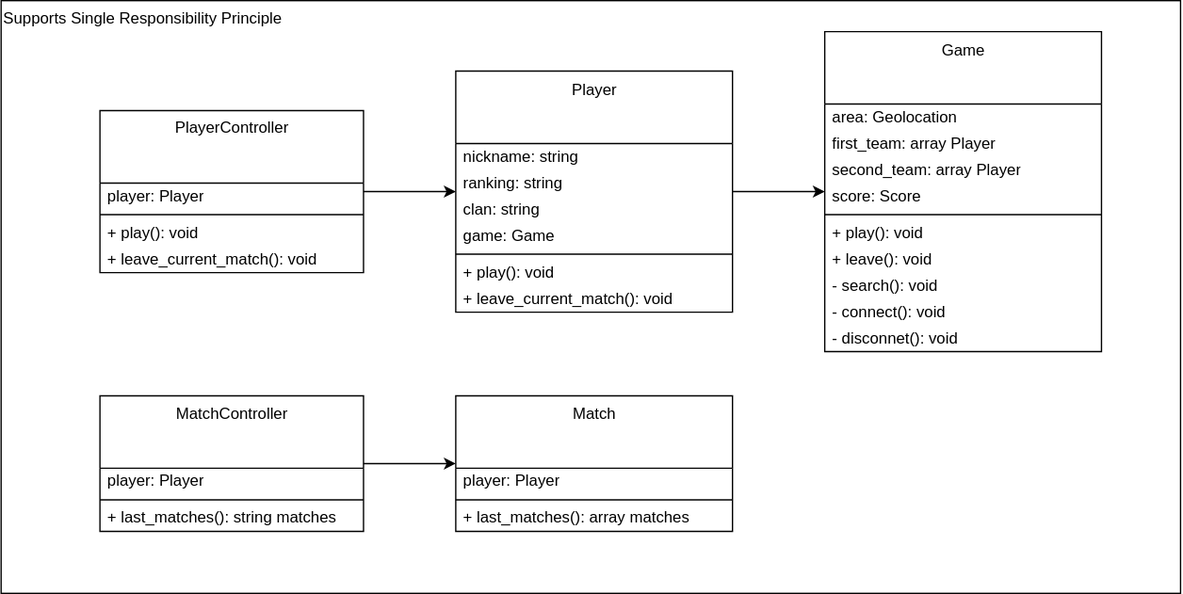
Above: images/clean-code-clean-classes/SRP.svg in GabrielSlima/blog (draw.io), before the change. Source tidied: cells renumbered, new cells last; positions are measured from the earlier drawing's top-left corner, leaving out a move shared by most shapes.
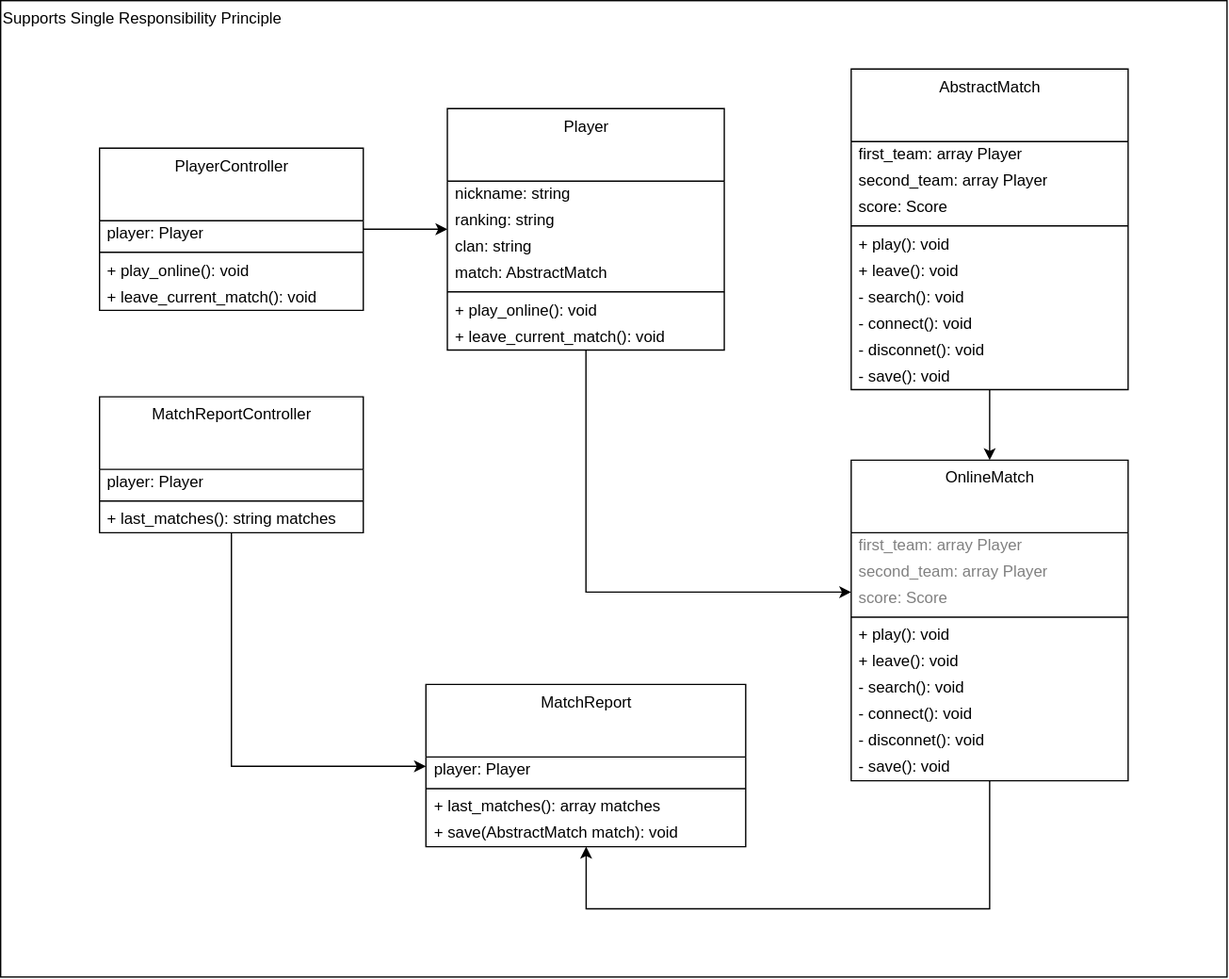
After the commit.

Diff of the diagram source:
```diff
@@ -3,25 +3,32 @@
     <mxCell id="0" />
     <mxCell id="1" parent="0" />
     <mxCell id="2" value="Supports Single Responsibility Principle" style="rounded=0;whiteSpace=wrap;html=1;fillColor=none;align=left;verticalAlign=top;" parent="1" vertex="1">
-      <mxGeometry width="895" height="450" as="geometry" />
+      <mxGeometry x="-35" y="-50" width="930" height="740" as="geometry" />
     </mxCell>
-    <mxCell id="3" value="Match" style="swimlane;fontStyle=0;align=center;verticalAlign=top;horizontal=1;startSize=55;html=1;fillColor=none;" parent="1" vertex="1">
-      <mxGeometry x="345" y="300" width="210" height="103" as="geometry" />
+    <mxCell id="3" value="MatchReport" style="swimlane;fontStyle=0;align=center;verticalAlign=top;horizontal=1;startSize=55;html=1;fillColor=none;" parent="1" vertex="1">
+      <mxGeometry x="287.5" y="468.2" width="242.5" height="123" as="geometry" />
     </mxCell>
     <mxCell id="4" value="player: Player" style="text;html=1;strokeColor=none;fillColor=none;align=left;verticalAlign=middle;spacingLeft=4;spacingRight=4;overflow=hidden;" parent="3" vertex="1">
-      <mxGeometry y="55" width="210" height="20" as="geometry" />
+      <mxGeometry y="55" width="242.5" height="20" as="geometry" />
     </mxCell>
     <mxCell id="5" style="line;strokeWidth=1;fillColor=none;align=left;verticalAlign=middle;spacingTop=-1;spacingLeft=3;spacingRight=3;labelPosition=right;" parent="3" vertex="1">
-      <mxGeometry y="75" width="210" height="8" as="geometry" />
+      <mxGeometry y="75" width="242.5" height="8" as="geometry" />
     </mxCell>
     <mxCell id="6" value="+ last_matches(): array matches" style="text;html=1;strokeColor=none;fillColor=none;align=left;verticalAlign=middle;spacingLeft=4;spacingRight=4;overflow=hidden;" parent="3" vertex="1">
-      <mxGeometry y="83" width="210" height="20" as="geometry" />
+      <mxGeometry y="83" width="242.5" height="20" as="geometry" />
     </mxCell>
+    <mxCell id="38" value="+ save(AbstractMatch match): void" style="text;html=1;strokeColor=none;fillColor=none;align=left;verticalAlign=middle;spacingLeft=4;spacingRight=4;overflow=hidden;" parent="3" vertex="1">
+      <mxGeometry y="103" width="242.5" height="20" as="geometry" />
+    </mxCell>
     <mxCell id="7" style="edgeStyle=orthogonalEdgeStyle;rounded=0;jettySize=auto;html=1;" parent="1" edge="1" source="8" target="3">
-      <mxGeometry relative="1" as="geometry" />
+      <mxGeometry relative="1" as="geometry">
+        <Array as="points">
+          <mxPoint x="140" y="530.2" />
+        </Array>
+      </mxGeometry>
     </mxCell>
-    <mxCell id="8" value="MatchController" style="swimlane;fontStyle=0;align=center;verticalAlign=top;horizontal=1;startSize=55;html=1;fillColor=none;" parent="1" vertex="1">
-      <mxGeometry x="75" y="300" width="200" height="103" as="geometry" />
+    <mxCell id="8" value="MatchReportController" style="swimlane;fontStyle=0;align=center;verticalAlign=top;horizontal=1;startSize=55;html=1;fillColor=none;" parent="1" vertex="1">
+      <mxGeometry x="40" y="250.2" width="200" height="103" as="geometry" />
     </mxCell>
     <mxCell id="9" value="&lt;div&gt;player: Player&lt;/div&gt;" style="text;html=1;strokeColor=none;fillColor=none;align=left;verticalAlign=middle;spacingLeft=4;spacingRight=4;overflow=hidden;" parent="8" vertex="1">
       <mxGeometry y="55" width="200" height="20" as="geometry" />
@@ -32,11 +39,15 @@
     <mxCell id="11" value="+ last_matches(): string matches" style="text;html=1;strokeColor=none;fillColor=none;align=left;verticalAlign=middle;spacingLeft=4;spacingRight=4;overflow=hidden;" parent="8" vertex="1">
       <mxGeometry y="83" width="200" height="20" as="geometry" />
     </mxCell>
-    <mxCell id="12" style="edgeStyle=orthogonalEdgeStyle;rounded=0;jettySize=auto;html=1;" parent="1" edge="1" source="13" target="27">
-      <mxGeometry relative="1" as="geometry" />
+    <mxCell id="12" style="edgeStyle=orthogonalEdgeStyle;rounded=0;jettySize=auto;html=1;fontColor=#808080;" parent="1" edge="1" source="13" target="27">
+      <mxGeometry relative="1" as="geometry">
+        <Array as="points">
+          <mxPoint x="409" y="398.2" />
+        </Array>
+      </mxGeometry>
     </mxCell>
     <mxCell id="13" value="&lt;div&gt;Player&lt;/div&gt;" style="swimlane;fontStyle=0;align=center;verticalAlign=top;horizontal=1;startSize=55;html=1;fillColor=none;" parent="1" vertex="1">
-      <mxGeometry x="345" y="53.5" width="210" height="183" as="geometry" />
+      <mxGeometry x="303.8" y="31.8" width="210" height="183" as="geometry" />
     </mxCell>
     <mxCell id="14" value="nickname: string" style="text;html=1;strokeColor=none;fillColor=none;align=left;verticalAlign=middle;spacingLeft=4;spacingRight=4;overflow=hidden;" parent="13" vertex="1">
       <mxGeometry y="55" width="210" height="20" as="geometry" />
@@ -47,13 +58,13 @@
     <mxCell id="16" value="&lt;div&gt;clan: string&lt;br&gt;&lt;/div&gt;" style="text;html=1;strokeColor=none;fillColor=none;align=left;verticalAlign=middle;spacingLeft=4;spacingRight=4;overflow=hidden;" parent="13" vertex="1">
       <mxGeometry y="95" width="210" height="20" as="geometry" />
     </mxCell>
-    <mxCell id="17" value="&lt;div&gt;game: Game&lt;br&gt;&lt;/div&gt;" style="text;html=1;strokeColor=none;fillColor=none;align=left;verticalAlign=middle;spacingLeft=4;spacingRight=4;overflow=hidden;" parent="13" vertex="1">
-      <mxGeometry y="115" width="210" height="20" as="geometry" />
-    </mxCell>
+    <mxCell id="39" value="&lt;div&gt;match: AbstractMatch&lt;br&gt;&lt;/div&gt;" style="text;html=1;strokeColor=none;fillColor=none;align=left;verticalAlign=middle;spacingLeft=4;spacingRight=4;overflow=hidden;" parent="13" vertex="1">
+      <mxGeometry y="115" width="210" height="20" as="geometry" />
+    </mxCell>
     <mxCell id="18" style="line;strokeWidth=1;fillColor=none;align=left;verticalAlign=middle;spacingTop=-1;spacingLeft=3;spacingRight=3;labelPosition=right;" parent="13" vertex="1">
       <mxGeometry y="135" width="210" height="8" as="geometry" />
     </mxCell>
-    <mxCell id="19" value="+ play(): void" style="text;html=1;strokeColor=none;fillColor=none;align=left;verticalAlign=middle;spacingLeft=4;spacingRight=4;overflow=hidden;" parent="13" vertex="1">
+    <mxCell id="19" value="+ play_online(): void" style="text;html=1;strokeColor=none;fillColor=none;align=left;verticalAlign=middle;spacingLeft=4;spacingRight=4;overflow=hidden;" parent="13" vertex="1">
       <mxGeometry y="143" width="210" height="20" as="geometry" />
     </mxCell>
     <mxCell id="20" value="+ leave_current_match(): void" style="text;html=1;strokeColor=none;fillColor=none;align=left;verticalAlign=middle;spacingLeft=4;spacingRight=4;overflow=hidden;" parent="13" vertex="1">
@@ -63,7 +74,7 @@
       <mxGeometry relative="1" as="geometry" />
     </mxCell>
     <mxCell id="22" value="PlayerController" style="swimlane;fontStyle=0;align=center;verticalAlign=top;horizontal=1;startSize=55;html=1;fillColor=none;" parent="1" vertex="1">
-      <mxGeometry x="75" y="83.5" width="200" height="123" as="geometry" />
+      <mxGeometry x="40" y="61.8" width="200" height="123" as="geometry" />
     </mxCell>
     <mxCell id="23" value="&lt;div&gt;player: Player&lt;/div&gt;" style="text;html=1;strokeColor=none;fillColor=none;align=left;verticalAlign=middle;spacingLeft=4;spacingRight=4;overflow=hidden;" parent="22" vertex="1">
       <mxGeometry y="55" width="200" height="20" as="geometry" />
@@ -71,44 +82,88 @@
     <mxCell id="24" style="line;strokeWidth=1;fillColor=none;align=left;verticalAlign=middle;spacingTop=-1;spacingLeft=3;spacingRight=3;labelPosition=right;" parent="22" vertex="1">
       <mxGeometry y="75" width="200" height="8" as="geometry" />
     </mxCell>
-    <mxCell id="25" value="+ play(): void" style="text;html=1;strokeColor=none;fillColor=none;align=left;verticalAlign=middle;spacingLeft=4;spacingRight=4;overflow=hidden;" parent="22" vertex="1">
+    <mxCell id="25" value="+ play_online(): void" style="text;html=1;strokeColor=none;fillColor=none;align=left;verticalAlign=middle;spacingLeft=4;spacingRight=4;overflow=hidden;" parent="22" vertex="1">
       <mxGeometry y="83" width="200" height="20" as="geometry" />
     </mxCell>
     <mxCell id="26" value="+ leave_current_match(): void" style="text;html=1;strokeColor=none;fillColor=none;align=left;verticalAlign=middle;spacingLeft=4;spacingRight=4;overflow=hidden;" parent="22" vertex="1">
       <mxGeometry y="103" width="200" height="20" as="geometry" />
     </mxCell>
+    <mxCell id="40" style="edgeStyle=orthogonalEdgeStyle;rounded=0;jettySize=auto;html=1;fontColor=#808080;" parent="1" edge="1" source="27" target="3">
+      <mxGeometry relative="1" as="geometry">
+        <Array as="points">
+          <mxPoint x="715" y="638.2" />
+          <mxPoint x="409" y="638.2" />
+        </Array>
+      </mxGeometry>
+    </mxCell>
-    <mxCell id="27" value="Game" style="swimlane;fontStyle=0;align=center;verticalAlign=top;horizontal=1;startSize=55;html=1;fillColor=none;" parent="1" vertex="1">
-      <mxGeometry x="625" y="23.5" width="210" height="243" as="geometry" />
+    <mxCell id="27" value="OnlineMatch" style="swimlane;fontStyle=0;align=center;verticalAlign=top;horizontal=1;startSize=55;html=1;fillColor=none;" parent="1" vertex="1">
+      <mxGeometry x="610" y="298.2" width="210" height="243" as="geometry" />
     </mxCell>
-    <mxCell id="28" value="area: Geolocation" style="text;html=1;strokeColor=none;fillColor=none;align=left;verticalAlign=middle;spacingLeft=4;spacingRight=4;overflow=hidden;" parent="27" vertex="1">
-      <mxGeometry y="55" width="210" height="20" as="geometry" />
-    </mxCell>
-    <mxCell id="29" value="first_team: array Player" style="text;html=1;strokeColor=none;fillColor=none;align=left;verticalAlign=middle;spacingLeft=4;spacingRight=4;overflow=hidden;" parent="27" vertex="1">
-      <mxGeometry y="75" width="210" height="20" as="geometry" />
+    <mxCell id="29" value="first_team: array Player" style="text;html=1;strokeColor=none;fillColor=none;align=left;verticalAlign=middle;spacingLeft=4;spacingRight=4;overflow=hidden;fontColor=#808080;" parent="27" vertex="1">
+      <mxGeometry y="55" width="210" height="20" as="geometry" />
     </mxCell>
-    <mxCell id="30" value="second_team: array Player" style="text;html=1;strokeColor=none;fillColor=none;align=left;verticalAlign=middle;spacingLeft=4;spacingRight=4;overflow=hidden;" parent="27" vertex="1">
-      <mxGeometry y="95" width="210" height="20" as="geometry" />
+    <mxCell id="30" value="second_team: array Player" style="text;html=1;strokeColor=none;fillColor=none;align=left;verticalAlign=middle;spacingLeft=4;spacingRight=4;overflow=hidden;fontColor=#808080;" parent="27" vertex="1">
+      <mxGeometry y="75" width="210" height="20" as="geometry" />
     </mxCell>
-    <mxCell id="31" value="score: Score" style="text;html=1;strokeColor=none;fillColor=none;align=left;verticalAlign=middle;spacingLeft=4;spacingRight=4;overflow=hidden;" parent="27" vertex="1">
-      <mxGeometry y="115" width="210" height="20" as="geometry" />
+    <mxCell id="31" value="score: Score" style="text;html=1;strokeColor=none;fillColor=none;align=left;verticalAlign=middle;spacingLeft=4;spacingRight=4;overflow=hidden;fontColor=#808080;" parent="27" vertex="1">
+      <mxGeometry y="95" width="210" height="20" as="geometry" />
     </mxCell>
     <mxCell id="32" style="line;strokeWidth=1;fillColor=none;align=left;verticalAlign=middle;spacingTop=-1;spacingLeft=3;spacingRight=3;labelPosition=right;" parent="27" vertex="1">
-      <mxGeometry y="135" width="210" height="8" as="geometry" />
+      <mxGeometry y="115" width="210" height="8" as="geometry" />
     </mxCell>
     <mxCell id="33" value="+ play(): void" style="text;html=1;strokeColor=none;fillColor=none;align=left;verticalAlign=middle;spacingLeft=4;spacingRight=4;overflow=hidden;" parent="27" vertex="1">
-      <mxGeometry y="143" width="210" height="20" as="geometry" />
+      <mxGeometry y="123" width="210" height="20" as="geometry" />
     </mxCell>
     <mxCell id="34" value="+ leave(): void" style="text;html=1;strokeColor=none;fillColor=none;align=left;verticalAlign=middle;spacingLeft=4;spacingRight=4;overflow=hidden;" parent="27" vertex="1">
-      <mxGeometry y="163" width="210" height="20" as="geometry" />
+      <mxGeometry y="143" width="210" height="20" as="geometry" />
     </mxCell>
     <mxCell id="35" value="- search(): void" style="text;html=1;strokeColor=none;fillColor=none;align=left;verticalAlign=middle;spacingLeft=4;spacingRight=4;overflow=hidden;" parent="27" vertex="1">
-      <mxGeometry y="183" width="210" height="20" as="geometry" />
+      <mxGeometry y="163" width="210" height="20" as="geometry" />
     </mxCell>
     <mxCell id="36" value="- connect(): void" style="text;html=1;strokeColor=none;fillColor=none;align=left;verticalAlign=middle;spacingLeft=4;spacingRight=4;overflow=hidden;" parent="27" vertex="1">
-      <mxGeometry y="203" width="210" height="20" as="geometry" />
+      <mxGeometry y="183" width="210" height="20" as="geometry" />
     </mxCell>
     <mxCell id="37" value="- disconnet(): void" style="text;html=1;strokeColor=none;fillColor=none;align=left;verticalAlign=middle;spacingLeft=4;spacingRight=4;overflow=hidden;" parent="27" vertex="1">
-      <mxGeometry y="223" width="210" height="20" as="geometry" />
+      <mxGeometry y="203" width="210" height="20" as="geometry" />
     </mxCell>
+    <mxCell id="41" value="- save(): void" style="text;html=1;strokeColor=none;fillColor=none;align=left;verticalAlign=middle;spacingLeft=4;spacingRight=4;overflow=hidden;" parent="27" vertex="1">
+      <mxGeometry y="223" width="210" height="20" as="geometry" />
+    </mxCell>
+    <mxCell id="42" style="edgeStyle=orthogonalEdgeStyle;rounded=0;jettySize=auto;html=1;entryX=0.5;entryY=0;entryDx=0;entryDy=0;fontColor=#808080;" parent="1" edge="1" source="43" target="27">
+      <mxGeometry relative="1" as="geometry" />
+    </mxCell>
+    <mxCell id="43" value="AbstractMatch" style="swimlane;fontStyle=0;align=center;verticalAlign=top;horizontal=1;startSize=55;html=1;fillColor=none;" parent="1" vertex="1">
+      <mxGeometry x="610" y="1.8" width="210" height="243" as="geometry" />
+    </mxCell>
+    <mxCell id="44" value="first_team: array Player" style="text;html=1;strokeColor=none;fillColor=none;align=left;verticalAlign=middle;spacingLeft=4;spacingRight=4;overflow=hidden;" parent="43" vertex="1">
+      <mxGeometry y="55" width="210" height="20" as="geometry" />
+    </mxCell>
+    <mxCell id="45" value="second_team: array Player" style="text;html=1;strokeColor=none;fillColor=none;align=left;verticalAlign=middle;spacingLeft=4;spacingRight=4;overflow=hidden;" parent="43" vertex="1">
+      <mxGeometry y="75" width="210" height="20" as="geometry" />
+    </mxCell>
+    <mxCell id="46" value="score: Score" style="text;html=1;strokeColor=none;fillColor=none;align=left;verticalAlign=middle;spacingLeft=4;spacingRight=4;overflow=hidden;" parent="43" vertex="1">
+      <mxGeometry y="95" width="210" height="20" as="geometry" />
+    </mxCell>
+    <mxCell id="47" style="line;strokeWidth=1;fillColor=none;align=left;verticalAlign=middle;spacingTop=-1;spacingLeft=3;spacingRight=3;labelPosition=right;" parent="43" vertex="1">
+      <mxGeometry y="115" width="210" height="8" as="geometry" />
+    </mxCell>
+    <mxCell id="48" value="+ play(): void" style="text;html=1;strokeColor=none;fillColor=none;align=left;verticalAlign=middle;spacingLeft=4;spacingRight=4;overflow=hidden;" parent="43" vertex="1">
+      <mxGeometry y="123" width="210" height="20" as="geometry" />
+    </mxCell>
+    <mxCell id="49" value="+ leave(): void" style="text;html=1;strokeColor=none;fillColor=none;align=left;verticalAlign=middle;spacingLeft=4;spacingRight=4;overflow=hidden;" parent="43" vertex="1">
+      <mxGeometry y="143" width="210" height="20" as="geometry" />
+    </mxCell>
+    <mxCell id="50" value="- search(): void" style="text;html=1;strokeColor=none;fillColor=none;align=left;verticalAlign=middle;spacingLeft=4;spacingRight=4;overflow=hidden;" parent="43" vertex="1">
+      <mxGeometry y="163" width="210" height="20" as="geometry" />
+    </mxCell>
+    <mxCell id="51" value="- connect(): void" style="text;html=1;strokeColor=none;fillColor=none;align=left;verticalAlign=middle;spacingLeft=4;spacingRight=4;overflow=hidden;" parent="43" vertex="1">
+      <mxGeometry y="183" width="210" height="20" as="geometry" />
+    </mxCell>
+    <mxCell id="52" value="- disconnet(): void" style="text;html=1;strokeColor=none;fillColor=none;align=left;verticalAlign=middle;spacingLeft=4;spacingRight=4;overflow=hidden;" parent="43" vertex="1">
+      <mxGeometry y="203" width="210" height="20" as="geometry" />
+    </mxCell>
+    <mxCell id="53" value="- save(): void" style="text;html=1;strokeColor=none;fillColor=none;align=left;verticalAlign=middle;spacingLeft=4;spacingRight=4;overflow=hidden;" parent="43" vertex="1">
+      <mxGeometry y="223" width="210" height="20" as="geometry" />
+    </mxCell>
   </root>
 </mxGraphModel>
```
